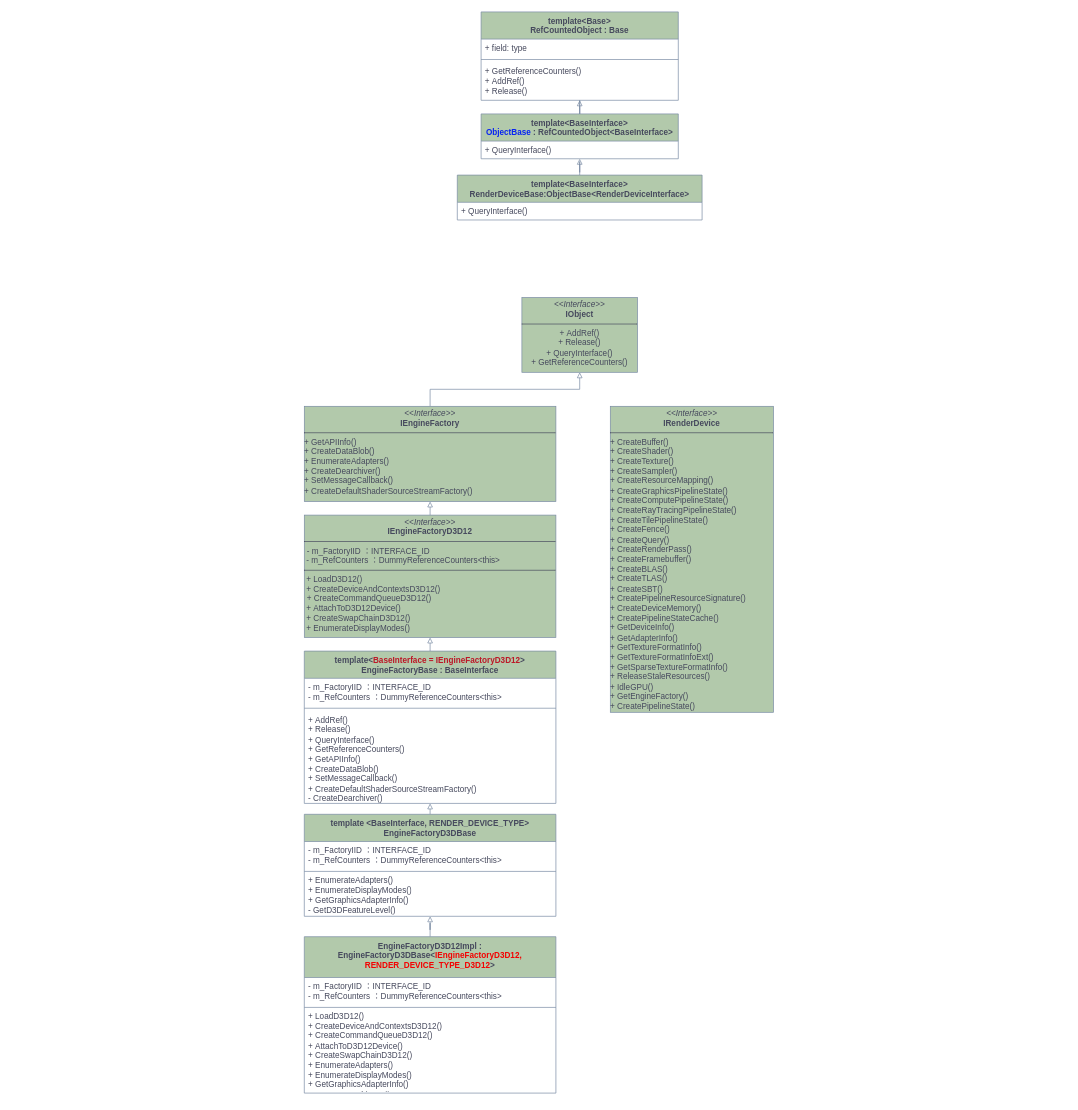
Earlier version of the draw.io diagram DiligentEngine.drawio (Finnhe/Computer-Graphics). Source tidied: cells renumbered, new cells numbered last; positions are measured from the earlier drawing's top-left corner, leaving out a move shared by most shapes. Both pictures are drawn from the tidied source at 68%, with x=0, y=0 at pixel (304, 12).
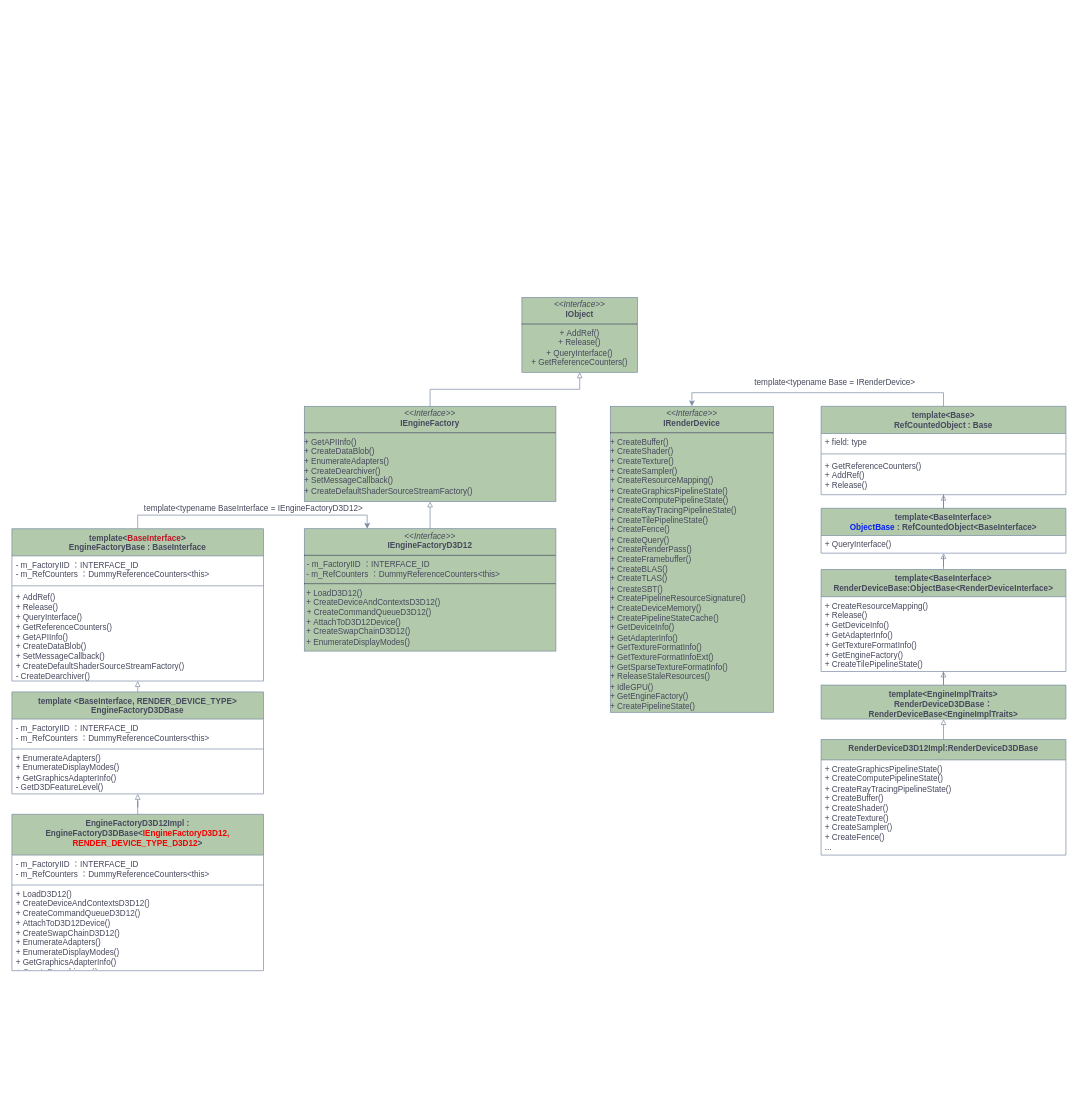
After the change.

The change refers to these unchanged cells:
```xml
<mxCell id="22" value="&lt;p style=&quot;margin: 4px 0px 0px;&quot;&gt;&lt;i&gt;&amp;lt;&amp;lt;Interface&amp;gt;&amp;gt;&lt;/i&gt;&lt;br&gt;&lt;b&gt;IRenderDevice&lt;/b&gt;&lt;/p&gt;&lt;hr size=&quot;1&quot; style=&quot;border-style:solid;&quot;&gt;&lt;p style=&quot;margin:0px;margin-left:4px;&quot;&gt;&lt;/p&gt;&lt;p style=&quot;margin:0px;margin-left:4px;&quot;&gt;&lt;/p&gt;&lt;div style=&quot;&quot;&gt;&lt;div style=&quot;text-align: left;&quot;&gt;&lt;span style=&quot;background-color: initial;&quot;&gt;+&amp;nbsp;&lt;/span&gt;&lt;span style=&quot;background-color: initial;&quot;&gt;CreateBuffer()&lt;/span&gt;&lt;/div&gt;&lt;div style=&quot;text-align: left;&quot;&gt;&lt;span style=&quot;background-color: initial;&quot;&gt;+&amp;nbsp;&lt;/span&gt;&lt;span style=&quot;background-color: initial;&quot;&gt;CreateShader()&lt;/span&gt;&lt;/div&gt;&lt;/div&gt;&lt;div style=&quot;text-align: left;&quot;&gt;&lt;span style=&quot;background-color: initial;&quot;&gt;+&amp;nbsp;&lt;/span&gt;&lt;span style=&quot;background-color: initial;&quot;&gt;CreateTexture()&lt;/span&gt;&lt;/div&gt;&lt;div style=&quot;text-align: left;&quot;&gt;&lt;span style=&quot;background-color: initial;&quot;&gt;+&amp;nbsp;&lt;/span&gt;&lt;span style=&quot;background-color: initial;&quot;&gt;CreateSampler()&lt;/span&gt;&lt;/div&gt;&lt;div style=&quot;text-align: left;&quot;&gt;&lt;span style=&quot;background-color: initial;&quot;&gt;+&amp;nbsp;&lt;/span&gt;&lt;span style=&quot;background-color: initial;&quot;&gt;CreateResourceMapping()&lt;/span&gt;&lt;/div&gt;&lt;div style=&quot;text-align: left;&quot;&gt;&lt;span style=&quot;background-color: initial;&quot;&gt;+&amp;nbsp;&lt;/span&gt;&lt;span style=&quot;background-color: initial;&quot;&gt;CreateGraphicsPipelineState()&lt;/span&gt;&lt;/div&gt;&lt;div style=&quot;text-align: left;&quot;&gt;&lt;span style=&quot;background-color: initial;&quot;&gt;+&amp;nbsp;&lt;/span&gt;&lt;span style=&quot;background-color: initial; text-align: center;&quot;&gt;CreateComputePipelineState()&lt;/span&gt;&lt;/div&gt;&lt;div style=&quot;text-align: left;&quot;&gt;&lt;span style=&quot;background-color: initial; text-align: center;&quot;&gt;+&amp;nbsp;&lt;/span&gt;&lt;span style=&quot;background-color: initial; text-align: center;&quot;&gt;CreateRayTracingPipelineState()&lt;/span&gt;&lt;/div&gt;&lt;div style=&quot;text-align: left;&quot;&gt;&lt;span style=&quot;background-color: initial; text-align: center;&quot;&gt;+&amp;nbsp;&lt;/span&gt;&lt;span style=&quot;background-color: initial; text-align: center;&quot;&gt;CreateTilePipelineState()&lt;/span&gt;&lt;/div&gt;&lt;div style=&quot;text-align: left;&quot;&gt;&lt;span style=&quot;background-color: initial; text-align: center;&quot;&gt;+&amp;nbsp;&lt;/span&gt;&lt;span style=&quot;background-color: initial; text-align: center;&quot;&gt;CreateFence()&lt;/span&gt;&lt;/div&gt;&lt;div style=&quot;text-align: left;&quot;&gt;&lt;span style=&quot;background-color: initial; text-align: center;&quot;&gt;+ CreateQuery()&lt;/span&gt;&lt;/div&gt;&lt;div style=&quot;text-align: left;&quot;&gt;&lt;span style=&quot;background-color: initial; text-align: center;&quot;&gt;+&amp;nbsp;&lt;/span&gt;&lt;span style=&quot;background-color: initial; text-align: center;&quot;&gt;CreateRenderPass()&lt;/span&gt;&lt;/div&gt;&lt;div style=&quot;text-align: left;&quot;&gt;&lt;span style=&quot;background-color: initial; text-align: center;&quot;&gt;+&amp;nbsp;&lt;/span&gt;&lt;span style=&quot;background-color: initial; text-align: center;&quot;&gt;CreateFramebuffer()&lt;/span&gt;&lt;/div&gt;&lt;div style=&quot;text-align: left;&quot;&gt;&lt;span style=&quot;background-color: initial; text-align: center;&quot;&gt;+&amp;nbsp;&lt;/span&gt;&lt;span style=&quot;background-color: initial; text-align: center;&quot;&gt;CreateBLAS()&lt;/span&gt;&lt;/div&gt;&lt;div style=&quot;text-align: left;&quot;&gt;&lt;span style=&quot;background-color: initial; text-align: center;&quot;&gt;+&amp;nbsp;&lt;/span&gt;&lt;span style=&quot;background-color: initial; text-align: center;&quot;&gt;CreateTLAS()&lt;/span&gt;&lt;/div&gt;&lt;div style=&quot;text-align: left;&quot;&gt;&lt;span style=&quot;background-color: initial; text-align: center;&quot;&gt;+&amp;nbsp;&lt;/span&gt;&lt;span style=&quot;background-color: initial; text-align: center;&quot;&gt;CreateSBT()&lt;/span&gt;&lt;/div&gt;&lt;div style=&quot;text-align: left;&quot;&gt;&lt;span style=&quot;background-color: initial; text-align: center;&quot;&gt;+&amp;nbsp;&lt;/span&gt;&lt;span style=&quot;background-color: initial; text-align: center;&quot;&gt;CreatePipelineResourceSignature()&lt;/span&gt;&lt;/div&gt;&lt;div style=&quot;text-align: left;&quot;&gt;&lt;span style=&quot;background-color: initial; text-align: center;&quot;&gt;+&amp;nbsp;&lt;/span&gt;&lt;span style=&quot;background-color: initial; text-align: center;&quot;&gt;CreateDeviceMemory()&lt;/span&gt;&lt;/div&gt;&lt;div style=&quot;text-align: left;&quot;&gt;&lt;span style=&quot;background-color: initial; text-align: center;&quot;&gt;+&amp;nbsp;&lt;/span&gt;&lt;span style=&quot;background-color: initial; text-align: center;&quot;&gt;CreatePipelineStateCache()&lt;/span&gt;&lt;/div&gt;&lt;div style=&quot;text-align: left;&quot;&gt;&lt;span style=&quot;background-color: initial; text-align: center;&quot;&gt;+&amp;nbsp;&lt;/span&gt;&lt;span style=&quot;background-color: initial; text-align: center;&quot;&gt;GetDeviceInfo()&lt;/span&gt;&lt;/div&gt;&lt;div style=&quot;text-align: left;&quot;&gt;&lt;span style=&quot;background-color: initial; text-align: center;&quot;&gt;+&amp;nbsp;&lt;/span&gt;&lt;span style=&quot;background-color: initial; text-align: center;&quot;&gt;GetAdapterInfo()&lt;/span&gt;&lt;/div&gt;&lt;div style=&quot;text-align: left;&quot;&gt;&lt;span style=&quot;background-color: initial; text-align: center;&quot;&gt;+&amp;nbsp;&lt;/span&gt;&lt;span style=&quot;background-color: initial; text-align: center;&quot;&gt;GetTextureFormatInfo()&lt;/span&gt;&lt;/div&gt;&lt;div style=&quot;text-align: left;&quot;&gt;&lt;span style=&quot;background-color: initial; text-align: center;&quot;&gt;+&amp;nbsp;&lt;/span&gt;&lt;span style=&quot;background-color: initial; text-align: center;&quot;&gt;GetTextureFormatInfoExt()&lt;/span&gt;&lt;/div&gt;&lt;div style=&quot;text-align: left;&quot;&gt;&lt;span style=&quot;background-color: initial; text-align: center;&quot;&gt;+&amp;nbsp;&lt;/span&gt;&lt;span style=&quot;background-color: initial; text-align: center;&quot;&gt;GetSparseTextureFormatInfo()&lt;/span&gt;&lt;/div&gt;&lt;div style=&quot;text-align: left;&quot;&gt;&lt;span style=&quot;background-color: initial; text-align: center;&quot;&gt;+&amp;nbsp;&lt;/span&gt;&lt;span style=&quot;background-color: initial; text-align: center;&quot;&gt;ReleaseStaleResources()&lt;/span&gt;&lt;/div&gt;&lt;div style=&quot;text-align: left;&quot;&gt;&lt;span style=&quot;background-color: initial; text-align: center;&quot;&gt;+&amp;nbsp;&lt;/span&gt;&lt;span style=&quot;background-color: initial; text-align: center;&quot;&gt;IdleGPU()&lt;/span&gt;&lt;/div&gt;&lt;div style=&quot;text-align: left;&quot;&gt;&lt;span style=&quot;background-color: initial; text-align: center;&quot;&gt;+&amp;nbsp;&lt;/span&gt;&lt;span style=&quot;background-color: initial; text-align: center;&quot;&gt;GetEngineFactory()&lt;/span&gt;&lt;/div&gt;&lt;div style=&quot;text-align: left;&quot;&gt;&lt;span style=&quot;background-color: initial; text-align: center;&quot;&gt;+&amp;nbsp;&lt;/span&gt;&lt;span style=&quot;background-color: initial; text-align: center;&quot;&gt;CreatePipelineState()&lt;/span&gt;&lt;/div&gt;&lt;p&gt;&lt;/p&gt;" style="verticalAlign=middle;align=center;overflow=fill;html=1;whiteSpace=wrap;labelBackgroundColor=none;fillColor=#B2C9AB;strokeColor=#788AA3;fontColor=#46495D;" parent="1" vertex="1">
  <mxGeometry x="450" y="580" width="240" height="450" as="geometry" />
</mxCell>
```

Diff of the diagram source:
```diff
@@
-    <mxCell id="5" style="edgeStyle=orthogonalEdgeStyle;rounded=0;jettySize=auto;html=1;exitX=0.5;exitY=0;exitDx=0;exitDy=0;entryX=0.5;entryY=1;entryDx=0;entryDy=0;strokeColor=#788AA3;fontColor=#46495D;fillColor=#B2C9AB;endArrow=block;endFill=0;" parent="1" edge="1" source="6" target="21">
+    <mxCell id="5" style="edgeStyle=orthogonalEdgeStyle;rounded=0;jettySize=auto;html=1;exitX=0.5;exitY=0;exitDx=0;exitDy=0;entryX=0.25;entryY=0;entryDx=0;entryDy=0;strokeColor=#788AA3;fontColor=#46495D;fillColor=#B2C9AB;" parent="1" edge="1" source="6" target="21">
       <mxGeometry relative="1" as="geometry" />
     </mxCell>
-    <mxCell id="6" value="&lt;div&gt;template&amp;lt;&lt;font color=&quot;#bc1727&quot;&gt;BaseInterface = IEngineFactoryD3D12&lt;/font&gt;&amp;gt;&lt;/div&gt;EngineFactoryBase : BaseInterface" style="swimlane;fontStyle=1;align=center;verticalAlign=top;horizontal=1;startSize=40;whiteSpace=wrap;html=1;labelBackgroundColor=none;fillColor=#B2C9AB;strokeColor=#788AA3;fontColor=#46495D;" parent="1" vertex="1">
-      <mxGeometry y="940" width="370" height="224" as="geometry" />
+    <mxCell id="6" value="&lt;div&gt;template&amp;lt;&lt;font color=&quot;#bc1727&quot;&gt;BaseInterface&lt;/font&gt;&amp;gt;&lt;/div&gt;EngineFactoryBase : BaseInterface" style="swimlane;fontStyle=1;align=center;verticalAlign=top;horizontal=1;startSize=40;whiteSpace=wrap;html=1;labelBackgroundColor=none;fillColor=#B2C9AB;strokeColor=#788AA3;fontColor=#46495D;" parent="1" vertex="1">
+      <mxGeometry x="-430" y="760" width="370" height="224" as="geometry" />
     </mxCell>
@@
     <mxCell id="10" style="edgeStyle=orthogonalEdgeStyle;rounded=0;jettySize=auto;html=1;endArrow=block;endFill=0;labelBackgroundColor=none;strokeColor=#788AA3;fontColor=default;" parent="1" edge="1" source="11" target="6">
       <mxGeometry relative="1" as="geometry">
         <Array as="points">
-          <mxPoint x="185" y="1160" />
-          <mxPoint x="185" y="1160" />
+          <mxPoint x="-245" y="980" />
+          <mxPoint x="-245" y="980" />
         </Array>
       </mxGeometry>
     </mxCell>
     <mxCell id="11" value="&lt;div&gt;template &amp;lt;BaseInterface, RENDER_DEVICE_TYPE&amp;gt;&lt;br&gt;&lt;/div&gt;EngineFactoryD3DBase" style="swimlane;fontStyle=1;align=center;verticalAlign=top;horizontal=1;startSize=40;whiteSpace=wrap;html=1;labelBackgroundColor=none;fillColor=#B2C9AB;strokeColor=#788AA3;fontColor=#46495D;" parent="1" vertex="1">
-      <mxGeometry y="1180" width="370" height="150" as="geometry" />
+      <mxGeometry x="-430" y="1000" width="370" height="150" as="geometry" />
     </mxCell>
@@
     <mxCell id="16" value="&lt;div&gt;EngineFactoryD3D12Impl : EngineFactoryD3DBase&amp;lt;&lt;font color=&quot;#f40101&quot;&gt;IEngineFactoryD3D12, RENDER_DEVICE_TYPE_D3D12&lt;/font&gt;&amp;gt;&lt;br&gt;&lt;/div&gt;" style="swimlane;fontStyle=1;align=center;verticalAlign=top;horizontal=1;startSize=60;whiteSpace=wrap;html=1;labelBackgroundColor=none;fillColor=#B2C9AB;strokeColor=#788AA3;fontColor=#46495D;" parent="1" vertex="1">
-      <mxGeometry y="1360" width="370" height="230" as="geometry" />
+      <mxGeometry x="-430" y="1180" width="370" height="230" as="geometry" />
     </mxCell>
@@
     <mxCell id="21" value="&lt;p style=&quot;margin:0px;margin-top:4px;text-align:center;&quot;&gt;&lt;i&gt;&amp;lt;&amp;lt;Interface&amp;gt;&amp;gt;&lt;/i&gt;&lt;br&gt;&lt;b&gt;IEngineFactoryD3D12&lt;/b&gt;&lt;/p&gt;&lt;hr size=&quot;1&quot; style=&quot;border-style:solid;&quot;&gt;&lt;p style=&quot;margin:0px;margin-left:4px;&quot;&gt;- m_FactoryIID ：INTERFACE_ID&lt;/p&gt;&lt;div&gt;&amp;nbsp;- m_RefCounters ：DummyReferenceCounters&amp;lt;this&amp;gt;&lt;/div&gt;&lt;hr size=&quot;1&quot; style=&quot;border-style:solid;&quot;&gt;&lt;div&gt;&amp;nbsp;+&amp;nbsp;LoadD3D12()&lt;/div&gt;&lt;div&gt;&amp;nbsp;+ CreateDeviceAndContextsD3D12()&lt;/div&gt;&lt;p style=&quot;margin:0px;margin-left:4px;&quot;&gt;+ CreateCommandQueueD3D12()&lt;/p&gt;&lt;div&gt;&amp;nbsp;+&amp;nbsp;AttachToD3D12Device()&lt;/div&gt;&lt;div&gt;&amp;nbsp;+&amp;nbsp;CreateSwapChainD3D12()&lt;/div&gt;&lt;div&gt;&amp;nbsp;+&amp;nbsp;EnumerateDisplayModes()&lt;/div&gt;" style="verticalAlign=top;align=left;overflow=fill;html=1;whiteSpace=wrap;strokeColor=#788AA3;fontColor=#46495D;fillColor=#B2C9AB;" parent="1" vertex="1">
-      <mxGeometry y="740" width="370" height="180" as="geometry" />
+      <mxGeometry y="760" width="370" height="180" as="geometry" />
     </mxCell>
@@
+    <mxCell id="33" style="edgeStyle=orthogonalEdgeStyle;rounded=0;jettySize=auto;html=1;exitX=0.5;exitY=0;exitDx=0;exitDy=0;entryX=0.5;entryY=0;entryDx=0;entryDy=0;strokeColor=#788AA3;fontColor=#46495D;fillColor=#B2C9AB;" parent="1" edge="1" source="23" target="22">
+      <mxGeometry relative="1" as="geometry" />
+    </mxCell>
     <mxCell id="23" value="&lt;div&gt;template&amp;lt;Base&amp;gt;&lt;/div&gt;RefCountedObject : Base" style="swimlane;fontStyle=1;align=center;verticalAlign=top;horizontal=1;startSize=40;whiteSpace=wrap;html=1;strokeColor=#788AA3;fontColor=#46495D;fillColor=#B2C9AB;" parent="1" vertex="1">
-      <mxGeometry x="260" width="290" height="130" as="geometry" />
+      <mxGeometry x="760" y="580" width="360" height="130" as="geometry" />
     </mxCell>
     <mxCell id="24" value="+ field: type" style="text;strokeColor=none;fillColor=none;align=left;verticalAlign=top;spacingLeft=4;spacingRight=4;overflow=hidden;whiteSpace=wrap;html=1;fontColor=#46495D;" parent="23" vertex="1">
-      <mxGeometry y="40" width="290" height="26" as="geometry" />
+      <mxGeometry y="40" width="360" height="26" as="geometry" />
     </mxCell>
     <mxCell id="25" style="line;strokeWidth=1;fillColor=none;align=left;verticalAlign=middle;spacingTop=-1;spacingLeft=3;spacingRight=3;labelPosition=right;strokeColor=inherit;fontColor=#46495D;" parent="23" vertex="1">
-      <mxGeometry y="66" width="290" height="8" as="geometry" />
+      <mxGeometry y="66" width="360" height="8" as="geometry" />
     </mxCell>
     <mxCell id="26" value="+ GetReferenceCounters()&lt;div&gt;+&amp;nbsp;AddRef()&lt;/div&gt;&lt;div&gt;+ Release()&lt;/div&gt;" style="text;strokeColor=none;fillColor=none;align=left;verticalAlign=top;spacingLeft=4;spacingRight=4;overflow=hidden;whiteSpace=wrap;html=1;fontColor=#46495D;" parent="23" vertex="1">
-      <mxGeometry y="74" width="290" height="56" as="geometry" />
+      <mxGeometry y="74" width="360" height="56" as="geometry" />
     </mxCell>
     <mxCell id="27" value="&lt;div&gt;template&amp;lt;BaseInterface&amp;gt;&lt;/div&gt;&lt;font color=&quot;#0723f2&quot;&gt;ObjectBase&lt;/font&gt; : RefCountedObject&amp;lt;BaseInterface&amp;gt;" style="swimlane;fontStyle=1;align=center;verticalAlign=top;horizontal=1;startSize=40;whiteSpace=wrap;html=1;strokeColor=#788AA3;fontColor=#46495D;fillColor=#B2C9AB;" parent="1" vertex="1">
-      <mxGeometry x="260" y="150" width="290" height="66" as="geometry" />
+      <mxGeometry x="760" y="730" width="360" height="66" as="geometry" />
     </mxCell>
     <mxCell id="28" value="+ QueryInterface()" style="text;strokeColor=none;fillColor=none;align=left;verticalAlign=top;spacingLeft=4;spacingRight=4;overflow=hidden;whiteSpace=wrap;html=1;fontColor=#46495D;" parent="27" vertex="1">
-      <mxGeometry y="40" width="290" height="26" as="geometry" />
+      <mxGeometry y="40" width="360" height="26" as="geometry" />
     </mxCell>
@@
     <mxCell id="31" value="&lt;div&gt;template&amp;lt;BaseInterface&amp;gt;&lt;/div&gt;RenderDeviceBase:ObjectBase&amp;lt;RenderDeviceInterface&amp;gt;" style="swimlane;fontStyle=1;align=center;verticalAlign=top;horizontal=1;startSize=40;whiteSpace=wrap;html=1;strokeColor=#788AA3;fontColor=#46495D;fillColor=#B2C9AB;" parent="1" vertex="1">
-      <mxGeometry x="225" y="240" width="360" height="66" as="geometry" />
+      <mxGeometry x="760" y="820" width="360" height="150" as="geometry" />
     </mxCell>
-    <mxCell id="32" value="+ QueryInterface()" style="text;strokeColor=none;fillColor=none;align=left;verticalAlign=top;spacingLeft=4;spacingRight=4;overflow=hidden;whiteSpace=wrap;html=1;fontColor=#46495D;" parent="31" vertex="1">
-      <mxGeometry y="40" width="360" height="26" as="geometry" />
+    <mxCell id="32" value="+ CreateResourceMapping()&lt;div&gt;+&amp;nbsp;Release()&lt;/div&gt;&lt;div&gt;+&amp;nbsp;GetDeviceInfo()&lt;/div&gt;&lt;div&gt;+&amp;nbsp;GetAdapterInfo()&lt;/div&gt;&lt;div&gt;+&amp;nbsp;GetTextureFormatInfo()&lt;/div&gt;&lt;div&gt;+&amp;nbsp;GetEngineFactory()&lt;/div&gt;&lt;div&gt;+&amp;nbsp;CreateTilePipelineState()&lt;/div&gt;" style="text;strokeColor=none;fillColor=none;align=left;verticalAlign=top;spacingLeft=4;spacingRight=4;overflow=hidden;whiteSpace=wrap;html=1;fontColor=#46495D;" parent="31" vertex="1">
+      <mxGeometry y="40" width="360" height="110" as="geometry" />
     </mxCell>
+    <mxCell id="34" style="edgeStyle=orthogonalEdgeStyle;rounded=0;jettySize=auto;html=1;exitX=0.5;exitY=0;exitDx=0;exitDy=0;strokeColor=#788AA3;fontColor=#46495D;fillColor=#B2C9AB;endArrow=block;endFill=0;" parent="1" edge="1" source="35" target="31">
+      <mxGeometry relative="1" as="geometry" />
+    </mxCell>
+    <mxCell id="35" value="&lt;div&gt;template&amp;lt;EngineImplTraits&amp;gt;&lt;/div&gt;RenderDeviceD3DBase：RenderDeviceBase&amp;lt;EngineImplTraits&amp;gt;" style="swimlane;fontStyle=1;align=center;verticalAlign=top;horizontal=1;startSize=50;whiteSpace=wrap;html=1;strokeColor=#788AA3;fontColor=#46495D;fillColor=#B2C9AB;" parent="1" vertex="1">
+      <mxGeometry x="760" y="990" width="360" height="50" as="geometry" />
+    </mxCell>
+    <mxCell id="36" style="edgeStyle=orthogonalEdgeStyle;rounded=0;jettySize=auto;html=1;exitX=0.5;exitY=0;exitDx=0;exitDy=0;entryX=0.5;entryY=1;entryDx=0;entryDy=0;strokeColor=#788AA3;fontColor=#46495D;fillColor=#B2C9AB;endArrow=block;endFill=0;" parent="1" edge="1" source="37" target="35">
+      <mxGeometry relative="1" as="geometry" />
+    </mxCell>
+    <mxCell id="37" value="&lt;div&gt;&lt;span style=&quot;background-color: initial;&quot;&gt;RenderDeviceD3D12Impl:&lt;/span&gt;&lt;span style=&quot;background-color: initial;&quot;&gt;RenderDeviceD3DBase&lt;/span&gt;&lt;br&gt;&lt;/div&gt;" style="swimlane;fontStyle=1;align=center;verticalAlign=top;horizontal=1;startSize=30;whiteSpace=wrap;html=1;strokeColor=#788AA3;fontColor=#46495D;fillColor=#B2C9AB;" parent="1" vertex="1">
+      <mxGeometry x="760" y="1070" width="360" height="170" as="geometry" />
+    </mxCell>
+    <mxCell id="38" value="+ CreateGraphicsPipelineState()&lt;div&gt;+&amp;nbsp;CreateComputePipelineState()&lt;/div&gt;&lt;div&gt;+&amp;nbsp;CreateRayTracingPipelineState()&lt;/div&gt;&lt;div&gt;+&amp;nbsp;CreateBuffer()&lt;/div&gt;&lt;div&gt;+&amp;nbsp;CreateShader()&lt;/div&gt;&lt;div&gt;+&amp;nbsp;CreateTexture()&lt;/div&gt;&lt;div&gt;+&amp;nbsp;CreateSampler()&lt;/div&gt;&lt;div&gt;+&amp;nbsp;CreateFence()&lt;/div&gt;&lt;div&gt;...&lt;/div&gt;" style="text;strokeColor=none;fillColor=none;align=left;verticalAlign=top;spacingLeft=4;spacingRight=4;overflow=hidden;whiteSpace=wrap;html=1;fontColor=#46495D;" parent="37" vertex="1">
+      <mxGeometry y="30" width="360" height="140" as="geometry" />
+    </mxCell>
+    <mxCell id="39" value="template&amp;lt;typename Base = IRenderDevice&amp;gt;" style="text;html=1;align=center;verticalAlign=middle;strokeColor=none;fillColor=none;fontColor=#46495D;" parent="1" vertex="1">
+      <mxGeometry x="650" y="530" width="260" height="30" as="geometry" />
+    </mxCell>
+    <mxCell id="40" value="template&amp;lt;typename BaseInterface = IEngineFactoryD3D12&amp;gt;" style="text;html=1;align=center;verticalAlign=middle;strokeColor=none;fillColor=none;fontColor=#46495D;" parent="1" vertex="1">
+      <mxGeometry x="-250" y="715" width="350" height="30" as="geometry" />
+    </mxCell>
```
